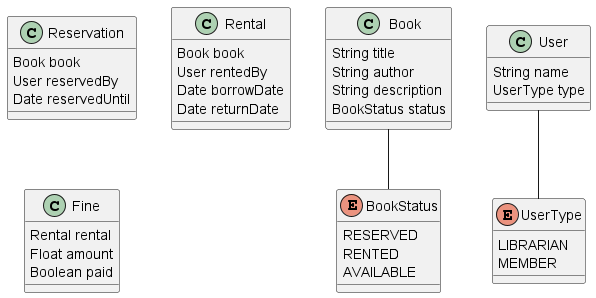
The PlantUML diagram puml/classDiagram.png in Crytastic/library-management-system, before a commit.
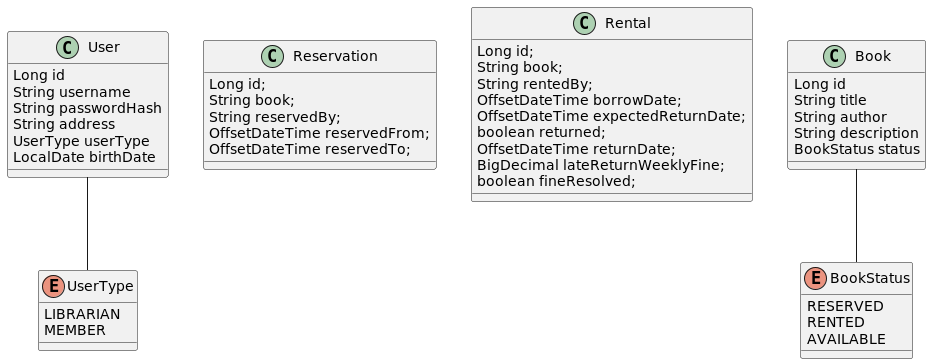
After the commit.

Change to the diagram source:
```diff
@@ -1,34 +1,41 @@
 @startuml
 
+
+class User {
+Long id
+String username
+String passwordHash
+String address
+UserType userType
+LocalDate birthDate
+}
+
+class Reservation {
+Long id;
+String book;
+String reservedBy;
+OffsetDateTime reservedFrom;
+OffsetDateTime reservedTo;
+}
+
+class Rental {
+Long id;
+String book;
+String rentedBy;
+OffsetDateTime borrowDate;
+OffsetDateTime expectedReturnDate;
+boolean returned;
+OffsetDateTime returnDate;
+BigDecimal lateReturnWeeklyFine;
+boolean fineResolved;
+}
+
 class Book {
+Long id
 String title
 String author
 String description
 BookStatus status
-}
-
-class User {
-String name
-UserType type
-}
-
-class Reservation {
-Book book
-User reservedBy
-Date reservedUntil
-}
-
-class Rental {
-Book book
-User rentedBy
-Date borrowDate
-Date returnDate
-}
-
-class Fine {
-Rental rental
-Float amount
-Boolean paid
 }
 
 enum UserType {
@@ -45,5 +52,4 @@
 Book -- BookStatus
 User -- UserType
 
-
 @enduml
```
